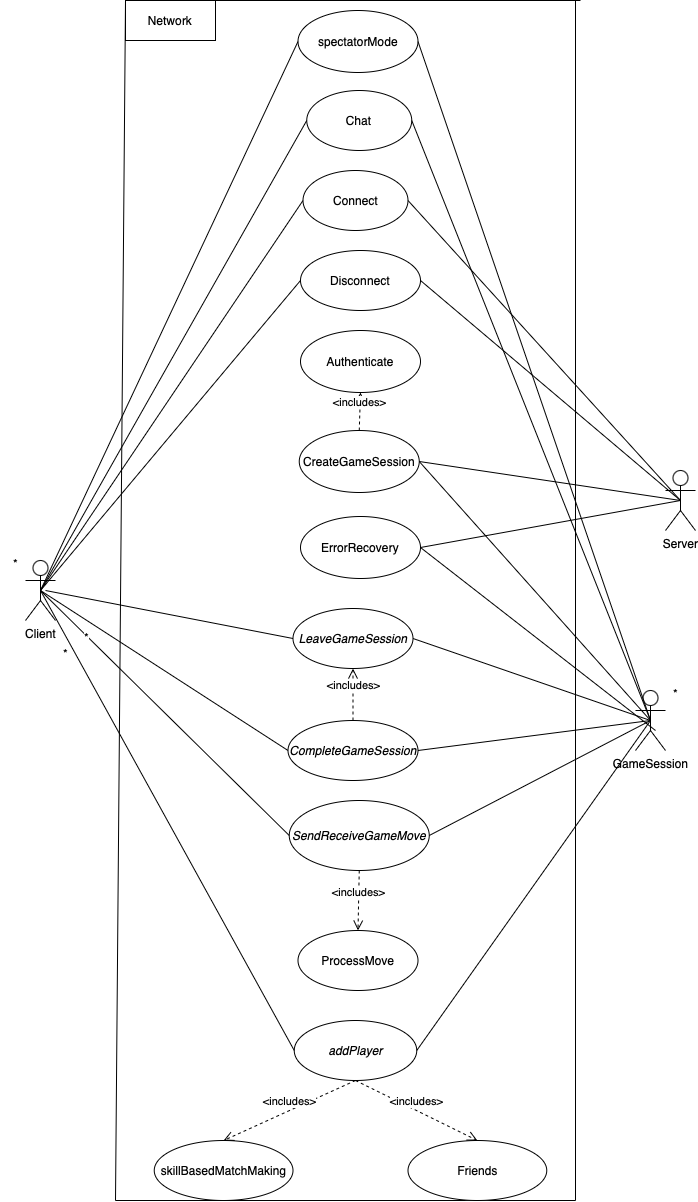
Above: docs/diagrams/NetworkingUseCaseDiagram.png in marinara782/OMG-Multiplayer-Project (draw.io), before the change. Source tidied: cells renumbered, new cells last; positions are measured from the earlier drawing's top-left corner, leaving out a move shared by most shapes.
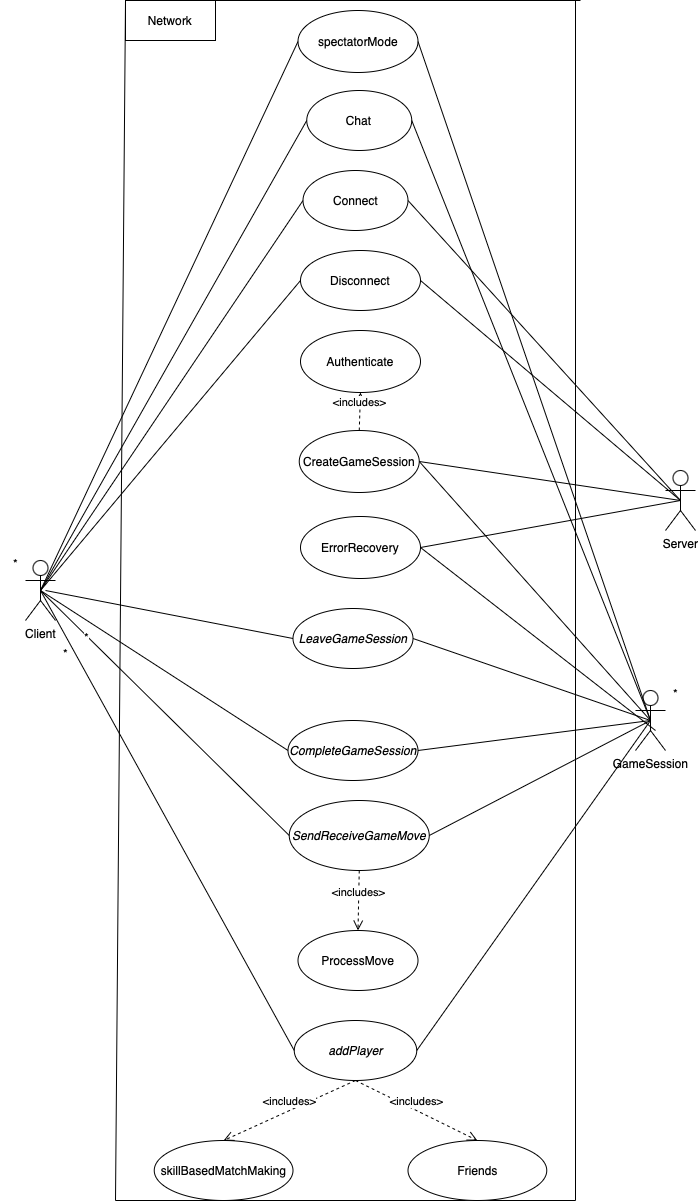
After the commit.

Diff of the diagram source:
```diff
@@ -147,9 +147,6 @@
     <mxCell id="44" value="&amp;lt;includes&amp;gt;" style="html=1;verticalAlign=bottom;endArrow=open;dashed=1;endSize=8;curved=0;rounded=0;exitX=0.5;exitY=0;exitDx=0;exitDy=0;entryX=0.5;entryY=1;entryDx=0;entryDy=0;" parent="1" edge="1" source="15" target="43">
       <mxGeometry relative="1" as="geometry" />
     </mxCell>
-    <mxCell id="45" value="&amp;lt;includes&amp;gt;" style="html=1;verticalAlign=bottom;endArrow=open;dashed=1;endSize=8;curved=0;rounded=0;exitX=0.5;exitY=0;exitDx=0;exitDy=0;entryX=0.5;entryY=1;entryDx=0;entryDy=0;" parent="1" edge="1" source="38" target="37">
-      <mxGeometry relative="1" as="geometry" />
-    </mxCell>
     <mxCell id="46" value="spectatorMode" style="ellipse;whiteSpace=wrap;html=1;" parent="1" vertex="1">
       <mxGeometry x="297.5" y="10" width="120" height="62" as="geometry" />
     </mxCell>
```
